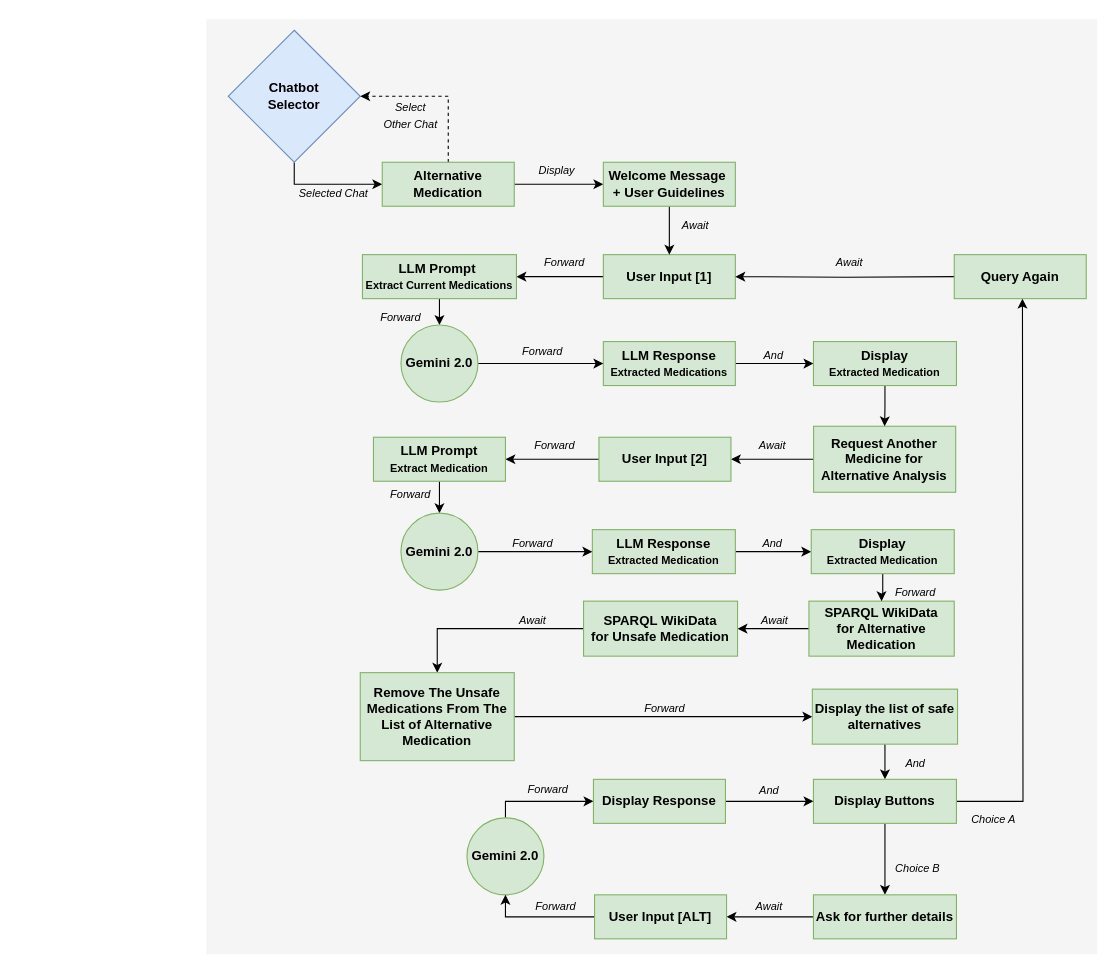
This is alternative-medication.drawio from mosmar99/PRISM, a draw.io file, before an edit. Source tidied: cells renumbered, new cells numbered last; positions are measured from the earlier drawing's top-left corner, leaving out a move shared by most shapes. Both pictures are drawn from the tidied source at 110%, with x=0, y=0 at pixel (206, 19).
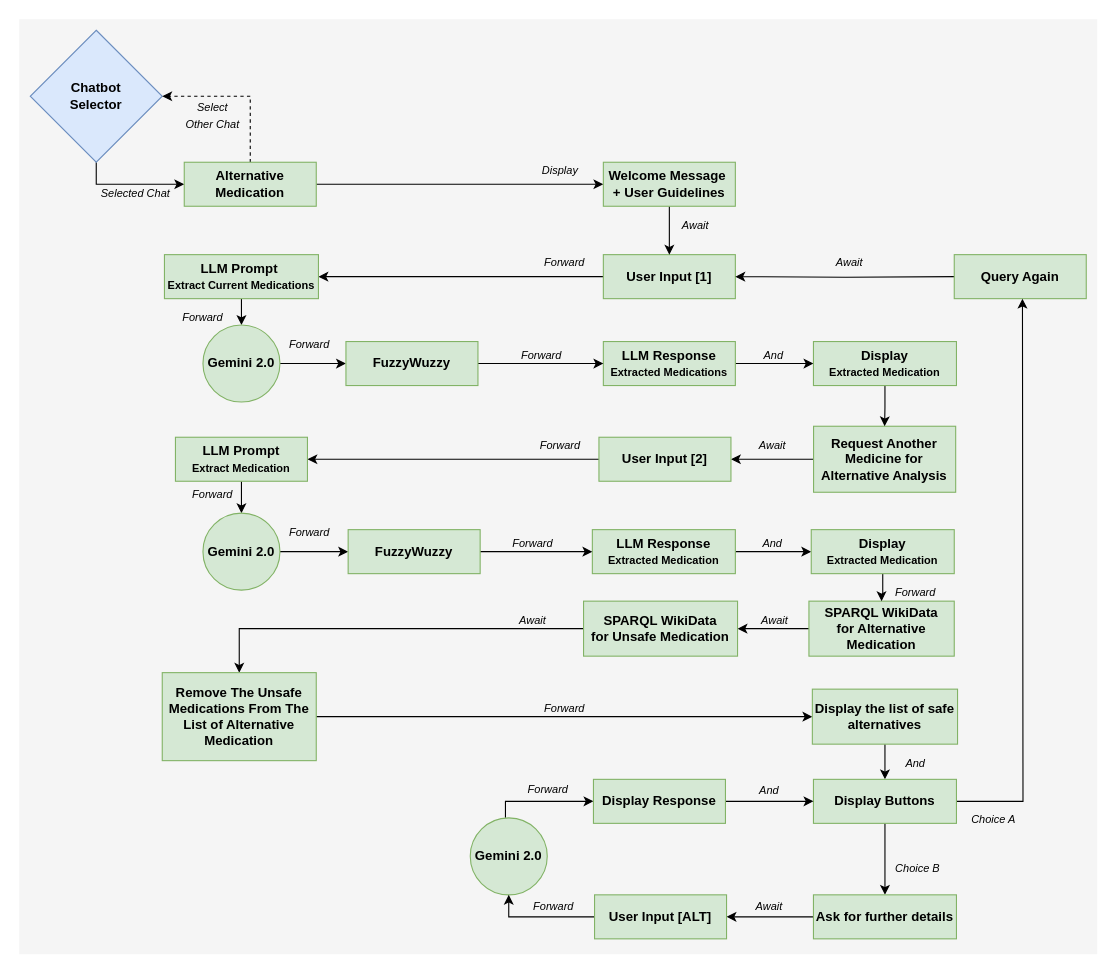
The same page after the edit.

The change refers to these unchanged cells:
```xml
<mxCell id="11" value="&lt;b&gt;User Input [1]&lt;br&gt;&lt;/b&gt;" style="rounded=0;whiteSpace=wrap;html=1;fillColor=#d5e8d4;strokeColor=#82b366;" parent="1" vertex="1">
  <mxGeometry x="361" y="214" width="120" height="40" as="geometry" />
</mxCell>
<mxCell id="15" value="&lt;b style=&quot;&quot;&gt;LLM Response&lt;br&gt;&lt;font style=&quot;font-size: 10px;&quot;&gt;Extracted Medications&lt;/font&gt;&lt;br&gt;&lt;/b&gt;" style="rounded=0;whiteSpace=wrap;html=1;fillColor=#d5e8d4;strokeColor=#82b366;" parent="1" vertex="1">
  <mxGeometry x="361" y="293" width="120" height="40" as="geometry" />
</mxCell>
<mxCell id="31" value="&lt;b style=&quot;&quot;&gt;LLM Response&lt;br&gt;&lt;font style=&quot;font-size: 10px;&quot;&gt;Extracted Medication&lt;/font&gt;&lt;br&gt;&lt;/b&gt;" style="rounded=0;whiteSpace=wrap;html=1;fillColor=#d5e8d4;strokeColor=#82b366;" parent="1" vertex="1">
  <mxGeometry x="351" y="464" width="130" height="40" as="geometry" />
</mxCell>
<mxCell id="63" value="&lt;b&gt;Display Response&lt;br&gt;&lt;/b&gt;" style="rounded=0;whiteSpace=wrap;html=1;fillColor=#d5e8d4;strokeColor=#82b366;direction=east;" parent="1" vertex="1">
  <mxGeometry x="352" y="691" width="120" height="40" as="geometry" />
</mxCell>
```

Diff of the diagram source:
```diff
@@
     <mxCell id="2" style="rounded=0;whiteSpace=wrap;html=1;fillColor=#f5f5f5;fontColor=#333333;strokeColor=none;" parent="1" vertex="1">
-      <mxGeometry width="810" height="850" as="geometry" />
+      <mxGeometry x="-170" width="980" height="850" as="geometry" />
     </mxCell>
     <mxCell id="3" style="edgeStyle=orthogonalEdgeStyle;rounded=0;jettySize=auto;html=1;entryX=0;entryY=0.5;entryDx=0;entryDy=0;" parent="1" edge="1" source="4" target="7">
       <mxGeometry relative="1" as="geometry">
         <Array as="points">
-          <mxPoint x="80" y="150" />
+          <mxPoint x="-100" y="150" />
         </Array>
       </mxGeometry>
     </mxCell>
     <mxCell id="4" value="&lt;b&gt;Chatbot&lt;br&gt;Selector&lt;/b&gt;" style="rhombus;whiteSpace=wrap;html=1;fillColor=#dae8fc;strokeColor=#6c8ebf;" parent="1" vertex="1">
-      <mxGeometry x="20" y="10" width="120" height="120" as="geometry" />
+      <mxGeometry x="-160" y="10" width="120" height="120" as="geometry" />
     </mxCell>
     <mxCell id="5" style="edgeStyle=orthogonalEdgeStyle;rounded=0;jettySize=auto;html=1;entryX=1;entryY=0.5;entryDx=0;entryDy=0;dashed=1;" parent="1" edge="1" source="7" target="4">
       <mxGeometry relative="1" as="geometry">
         <Array as="points">
-          <mxPoint x="220" y="70" />
+          <mxPoint x="40" y="70" />
         </Array>
       </mxGeometry>
     </mxCell>
@@
     <mxCell id="7" value="&lt;b&gt;Alternative&lt;br&gt;Medication&lt;/b&gt;" style="rounded=0;whiteSpace=wrap;html=1;fillColor=#d5e8d4;strokeColor=#82b366;" parent="1" vertex="1">
-      <mxGeometry x="160" y="130" width="120" height="40" as="geometry" />
+      <mxGeometry x="-20" y="130" width="120" height="40" as="geometry" />
     </mxCell>
     <mxCell id="8" value="&lt;font style=&quot;font-size: 10px;&quot;&gt;&lt;i&gt;Selected Chat&lt;/i&gt;&lt;/font&gt;" style="text;html=1;strokeColor=none;fillColor=none;align=center;verticalAlign=middle;whiteSpace=wrap;rounded=0;" parent="1" vertex="1">
-      <mxGeometry x="81" y="141" width="70" height="34" as="geometry" />
+      <mxGeometry x="-99" y="141" width="70" height="34" as="geometry" />
     </mxCell>
     <mxCell id="9" value="&lt;span style=&quot;font-size: 10px;&quot;&gt;&lt;i&gt;Select &lt;br&gt;Other Chat&lt;br&gt;&lt;/i&gt;&lt;/span&gt;" style="text;html=1;strokeColor=none;fillColor=none;align=center;verticalAlign=middle;whiteSpace=wrap;rounded=0;" parent="1" vertex="1">
-      <mxGeometry x="151" y="70" width="70" height="34" as="geometry" />
+      <mxGeometry x="-29" y="70" width="70" height="34" as="geometry" />
     </mxCell>
-    <mxCell id="10" style="edgeStyle=orthogonalEdgeStyle;rounded=0;jettySize=auto;html=1;entryX=1;entryY=0.5;entryDx=0;entryDy=0;" parent="1" edge="1" source="11" target="13">
+    <mxCell id="10" style="edgeStyle=orthogonalEdgeStyle;rounded=0;jettySize=auto;html=1;" parent="1" edge="1" source="11" target="13">
       <mxGeometry relative="1" as="geometry" />
     </mxCell>
@@
     <mxCell id="13" value="&lt;b&gt;LLM Prompt&amp;nbsp;&lt;br&gt;&lt;/b&gt;&lt;font style=&quot;font-size: 10px;&quot;&gt;&lt;b&gt;Extract Current Medications&lt;/b&gt;&lt;/font&gt;" style="rounded=0;whiteSpace=wrap;html=1;fillColor=#d5e8d4;strokeColor=#82b366;" parent="1" vertex="1">
-      <mxGeometry x="142" y="214" width="140" height="40" as="geometry" />
+      <mxGeometry x="-38" y="214" width="140" height="40" as="geometry" />
     </mxCell>
@@
     <mxCell id="16" value="&lt;i style=&quot;border-color: var(--border-color); font-size: 10px;&quot;&gt;Forward&lt;/i&gt;" style="text;html=1;strokeColor=none;fillColor=none;align=center;verticalAlign=middle;whiteSpace=wrap;rounded=0;" parent="1" vertex="1">
-      <mxGeometry x="142" y="254" width="70" height="34" as="geometry" />
+      <mxGeometry x="-38" y="254" width="70" height="34" as="geometry" />
     </mxCell>
-    <mxCell id="17" style="edgeStyle=orthogonalEdgeStyle;rounded=0;jettySize=auto;html=1;entryX=0;entryY=0.5;entryDx=0;entryDy=0;" parent="1" edge="1" source="18" target="15">
+    <mxCell id="17" style="edgeStyle=orthogonalEdgeStyle;rounded=0;jettySize=auto;html=1;entryX=0;entryY=0.5;entryDx=0;entryDy=0;" parent="1" edge="1" source="80" target="15">
       <mxGeometry relative="1" as="geometry" />
     </mxCell>
+    <mxCell id="78" style="edgeStyle=orthogonalEdgeStyle;rounded=0;jettySize=auto;html=1;" parent="1" edge="1" source="18" target="80">
+      <mxGeometry relative="1" as="geometry" />
+    </mxCell>
     <mxCell id="18" value="&lt;b&gt;Gemini 2.0&lt;/b&gt;" style="ellipse;whiteSpace=wrap;html=1;fillColor=#d5e8d4;strokeColor=#82b366;" parent="1" vertex="1">
-      <mxGeometry x="177" y="278" width="70" height="70" as="geometry" />
+      <mxGeometry x="-3" y="278" width="70" height="70" as="geometry" />
     </mxCell>
@@
     <mxCell id="22" value="&lt;span style=&quot;font-size: 10px;&quot;&gt;&lt;i&gt;Display&lt;/i&gt;&lt;/span&gt;" style="text;html=1;strokeColor=none;fillColor=none;align=center;verticalAlign=middle;whiteSpace=wrap;rounded=0;" parent="1" vertex="1">
-      <mxGeometry x="284" y="120" width="70" height="34" as="geometry" />
+      <mxGeometry x="287" y="120" width="70" height="34" as="geometry" />
     </mxCell>
     <mxCell id="23" value="&lt;i style=&quot;border-color: var(--border-color); font-size: 10px;&quot;&gt;Forward&lt;/i&gt;" style="text;html=1;strokeColor=none;fillColor=none;align=center;verticalAlign=middle;whiteSpace=wrap;rounded=0;" parent="1" vertex="1">
-      <mxGeometry x="271" y="285" width="70" height="34" as="geometry" />
+      <mxGeometry x="270" y="288" width="70" height="34" as="geometry" />
     </mxCell>
@@
     <mxCell id="29" value="&lt;b&gt;LLM Prompt&lt;/b&gt;&lt;br&gt;&lt;font style=&quot;font-size: 10px;&quot;&gt;&lt;b&gt;Extract Medication&lt;/b&gt;&lt;/font&gt;" style="rounded=0;whiteSpace=wrap;html=1;fillColor=#d5e8d4;strokeColor=#82b366;" parent="1" vertex="1">
-      <mxGeometry x="152" y="380" width="120" height="40" as="geometry" />
+      <mxGeometry x="-28" y="380" width="120" height="40" as="geometry" />
     </mxCell>
@@
-    <mxCell id="32" style="edgeStyle=orthogonalEdgeStyle;rounded=0;jettySize=auto;html=1;" parent="1" edge="1" source="33" target="31">
+    <mxCell id="32" style="edgeStyle=orthogonalEdgeStyle;rounded=0;jettySize=auto;html=1;exitX=1;exitY=0.5;exitDx=0;exitDy=0;" parent="1" edge="1" source="81" target="31">
       <mxGeometry relative="1" as="geometry" />
     </mxCell>
+    <mxCell id="79" style="edgeStyle=orthogonalEdgeStyle;rounded=0;jettySize=auto;html=1;" parent="1" edge="1" source="33" target="81">
+      <mxGeometry relative="1" as="geometry" />
+    </mxCell>
     <mxCell id="33" value="&lt;b&gt;Gemini 2.0&lt;/b&gt;" style="ellipse;whiteSpace=wrap;html=1;fillColor=#d5e8d4;strokeColor=#82b366;" parent="1" vertex="1">
-      <mxGeometry x="177" y="449" width="70" height="70" as="geometry" />
+      <mxGeometry x="-3" y="449" width="70" height="70" as="geometry" />
     </mxCell>
@@
     <mxCell id="40" value="&lt;i style=&quot;border-color: var(--border-color); font-size: 10px;&quot;&gt;Forward&lt;/i&gt;" style="text;html=1;strokeColor=none;fillColor=none;align=center;verticalAlign=middle;whiteSpace=wrap;rounded=0;" parent="1" vertex="1">
-      <mxGeometry x="282" y="370" width="70" height="34" as="geometry" />
+      <mxGeometry x="287" y="370" width="70" height="34" as="geometry" />
     </mxCell>
@@
     <mxCell id="46" value="&lt;i style=&quot;border-color: var(--border-color); font-size: 10px;&quot;&gt;Forward&lt;/i&gt;" style="text;html=1;strokeColor=none;fillColor=none;align=center;verticalAlign=middle;whiteSpace=wrap;rounded=0;" parent="1" vertex="1">
-      <mxGeometry x="151" y="415" width="70" height="34" as="geometry" />
+      <mxGeometry x="-29" y="415" width="70" height="34" as="geometry" />
     </mxCell>
@@
     <mxCell id="52" value="&lt;b&gt;Remove The Unsafe Medications From The List of Alternative Medication&lt;/b&gt;" style="rounded=0;whiteSpace=wrap;html=1;fillColor=#d5e8d4;strokeColor=#82b366;" parent="1" vertex="1">
-      <mxGeometry x="140" y="594" width="140" height="80" as="geometry" />
+      <mxGeometry x="-40" y="594" width="140" height="80" as="geometry" />
     </mxCell>
@@
-    <mxCell id="60" style="edgeStyle=orthogonalEdgeStyle;rounded=0;jettySize=auto;html=1;entryX=0;entryY=0.5;entryDx=0;entryDy=0;" parent="1" edge="1" source="61" target="63">
+    <mxCell id="60" style="edgeStyle=orthogonalEdgeStyle;rounded=0;jettySize=auto;html=1;entryX=0;entryY=0.5;entryDx=0;entryDy=0;" parent="1" edge="1" target="63">
       <mxGeometry relative="1" as="geometry">
+        <mxPoint x="272" y="726" as="sourcePoint" />
         <Array as="points">
           <mxPoint x="272" y="711" />
         </Array>
       </mxGeometry>
     </mxCell>
     <mxCell id="61" value="&lt;b&gt;Gemini 2.0&lt;/b&gt;" style="ellipse;whiteSpace=wrap;html=1;fillColor=#d5e8d4;strokeColor=#82b366;direction=east;" parent="1" vertex="1">
-      <mxGeometry x="237" y="726" width="70" height="70" as="geometry" />
+      <mxGeometry x="240" y="726" width="70" height="70" as="geometry" />
     </mxCell>
@@
     <mxCell id="67" value="&lt;i style=&quot;border-color: var(--border-color); font-size: 10px;&quot;&gt;Forward&lt;/i&gt;" style="text;html=1;strokeColor=none;fillColor=none;align=center;verticalAlign=middle;whiteSpace=wrap;rounded=0;direction=east;" parent="1" vertex="1">
-      <mxGeometry x="283" y="789" width="70" height="34" as="geometry" />
+      <mxGeometry x="281" y="789" width="70" height="34" as="geometry" />
     </mxCell>
@@
     <mxCell id="76" value="&lt;i style=&quot;border-color: var(--border-color); font-size: 10px;&quot;&gt;Forward&lt;/i&gt;" style="text;html=1;strokeColor=none;fillColor=none;align=center;verticalAlign=middle;whiteSpace=wrap;rounded=0;" parent="1" vertex="1">
-      <mxGeometry x="382" y="609" width="70" height="34" as="geometry" />
+      <mxGeometry x="291" y="609" width="70" height="34" as="geometry" />
     </mxCell>
@@
+    <mxCell id="80" value="&lt;b style=&quot;border-color: var(--border-color);&quot;&gt;FuzzyWuzzy&lt;/b&gt;&lt;b&gt;&lt;br&gt;&lt;/b&gt;" style="rounded=0;whiteSpace=wrap;html=1;fillColor=#d5e8d4;strokeColor=#82b366;" parent="1" vertex="1">
+      <mxGeometry x="127" y="293" width="120" height="40" as="geometry" />
+    </mxCell>
+    <mxCell id="81" value="&lt;b style=&quot;border-color: var(--border-color);&quot;&gt;FuzzyWuzzy&lt;/b&gt;&lt;b&gt;&lt;br&gt;&lt;/b&gt;" style="rounded=0;whiteSpace=wrap;html=1;fillColor=#d5e8d4;strokeColor=#82b366;" parent="1" vertex="1">
+      <mxGeometry x="129" y="464" width="120" height="40" as="geometry" />
+    </mxCell>
+    <mxCell id="82" value="&lt;i style=&quot;border-color: var(--border-color); font-size: 10px;&quot;&gt;Forward&lt;/i&gt;" style="text;html=1;strokeColor=none;fillColor=none;align=center;verticalAlign=middle;whiteSpace=wrap;rounded=0;" parent="1" vertex="1">
+      <mxGeometry x="59" y="278" width="70" height="34" as="geometry" />
+    </mxCell>
+    <mxCell id="83" value="&lt;i style=&quot;border-color: var(--border-color); font-size: 10px;&quot;&gt;Forward&lt;/i&gt;" style="text;html=1;strokeColor=none;fillColor=none;align=center;verticalAlign=middle;whiteSpace=wrap;rounded=0;" parent="1" vertex="1">
+      <mxGeometry x="59" y="449" width="70" height="34" as="geometry" />
+    </mxCell>
```
